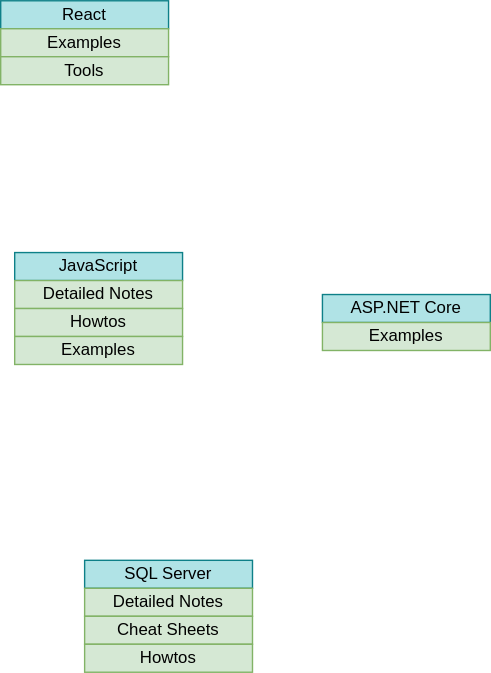
kennyrnwilson/kennyrnwilson.github.io keeps this draw.io diagram as Diagram.svg. Above is the earlier version. Source tidied: cells renumbered, new cells last; positions are measured from the earlier drawing's top-left corner, leaving out a move shared by most shapes.
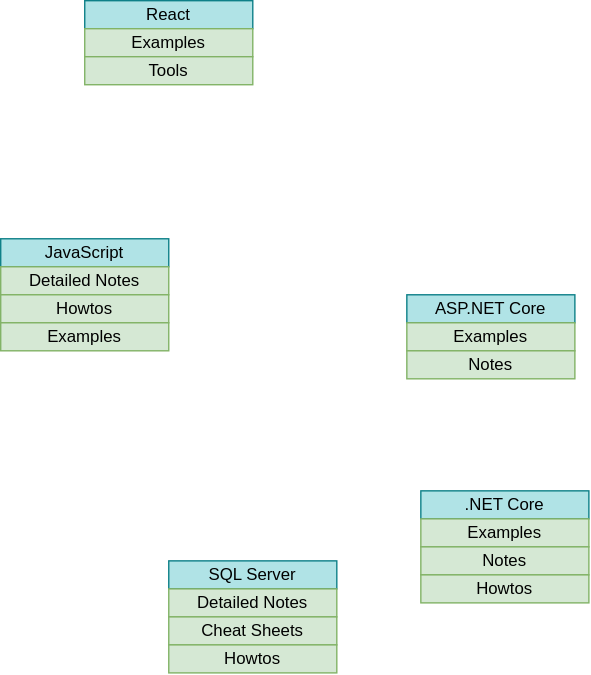
After the commit.

Commit message:
Added sections to diagram

What changed in the source:
```diff
@@ -17,23 +17,23 @@
     <mxCell id="6" value="&lt;a href=&quot;https://github.com/kennyrnwilson/aspdotnetcore&quot;&gt;ASP.NET Core&lt;/a&gt;" style="rounded=0;whiteSpace=wrap;html=1;fillColor=#b0e3e6;strokeColor=#0e8088;" parent="1" vertex="1">
       <mxGeometry x="230" y="210" width="120" height="20" as="geometry" />
     </mxCell>
-    <mxCell id="7" value="&lt;a href=&quot;https://github.com/kennyrnwilson/aspdotnetcore/blob/main/examples/README.MD&quot;&gt;Examples&lt;/a&gt;" style="rounded=0;whiteSpace=wrap;html=1;fillColor=#d5e8d4;strokeColor=#82b366;" parent="1" vertex="1">
+    <mxCell id="7" value="&lt;a href=&quot;https://github.com/kennyrnwilson/aspdotnetcore/blob/main/docs/examples/README.MD&quot;&gt;Examples&lt;/a&gt;" style="rounded=0;whiteSpace=wrap;html=1;fillColor=#d5e8d4;strokeColor=#82b366;" parent="1" vertex="1">
       <mxGeometry x="230" y="230" width="120" height="20" as="geometry" />
     </mxCell>
     <mxCell id="8" value="&lt;a href=&quot;https://github.com/kennyrnwilson/react&quot;&gt;React&lt;/a&gt;" style="rounded=0;whiteSpace=wrap;html=1;fillColor=#b0e3e6;strokeColor=#0e8088;" parent="1" vertex="1">
       <mxGeometry width="120" height="20" as="geometry" />
     </mxCell>
     <mxCell id="9" value="&lt;a href=&quot;https://github.com/kennyrnwilson/javascript&quot;&gt;JavaScript&lt;/a&gt;" style="rounded=0;whiteSpace=wrap;html=1;fillColor=#b0e3e6;strokeColor=#0e8088;" parent="1" vertex="1">
-      <mxGeometry x="10" y="180" width="120" height="20" as="geometry" />
+      <mxGeometry x="-60" y="170" width="120" height="20" as="geometry" />
     </mxCell>
     <mxCell id="10" value="&lt;a href=&quot;https://github.com/kennyrnwilson/javascript/blob/master/docs/notes/README.MD&quot;&gt;Detailed Notes&lt;/a&gt;" style="rounded=0;whiteSpace=wrap;html=1;fillColor=#d5e8d4;strokeColor=#82b366;" parent="1" vertex="1">
-      <mxGeometry x="10" y="200" width="120" height="20" as="geometry" />
+      <mxGeometry x="-60" y="190" width="120" height="20" as="geometry" />
     </mxCell>
     <mxCell id="11" value="&lt;a href=&quot;https://github.com/kennyrnwilson/javascript/blob/master/docs/howtos/README.MD&quot;&gt;Howtos&lt;/a&gt;" style="rounded=0;whiteSpace=wrap;html=1;fillColor=#d5e8d4;strokeColor=#82b366;" parent="1" vertex="1">
-      <mxGeometry x="10" y="220" width="120" height="20" as="geometry" />
+      <mxGeometry x="-60" y="210" width="120" height="20" as="geometry" />
     </mxCell>
     <mxCell id="12" value="&lt;a href=&quot;https://github.com/kennyrnwilson/javascript/blob/master/docs/examples/README.MD&quot;&gt;Examples&lt;/a&gt;" style="rounded=0;whiteSpace=wrap;html=1;fillColor=#d5e8d4;strokeColor=#82b366;" parent="1" vertex="1">
-      <mxGeometry x="10" y="240" width="120" height="20" as="geometry" />
+      <mxGeometry x="-60" y="230" width="120" height="20" as="geometry" />
     </mxCell>
     <mxCell id="13" value="&lt;a href=&quot;https://github.com/kennyrnwilson/react/blob/main/docs/examples/README.MD&quot;&gt;Examples&lt;/a&gt;" style="rounded=0;whiteSpace=wrap;html=1;fillColor=#d5e8d4;strokeColor=#82b366;" parent="1" vertex="1">
       <mxGeometry y="20" width="120" height="20" as="geometry" />
@@ -41,5 +41,20 @@
     <mxCell id="14" value="&lt;a href=&quot;https://github.com/kennyrnwilson/react/blob/main/docs/tools/README.MD&quot;&gt;Tools&lt;/a&gt;" style="rounded=0;whiteSpace=wrap;html=1;fillColor=#d5e8d4;strokeColor=#82b366;" parent="1" vertex="1">
       <mxGeometry y="40" width="120" height="20" as="geometry" />
     </mxCell>
+    <mxCell id="15" value="&lt;a href=&quot;https://github.com/kennyrnwilson/aspdotnetcore/blob/main/docs/notes/README.MD&quot;&gt;Notes&lt;/a&gt;" style="rounded=0;whiteSpace=wrap;html=1;fillColor=#d5e8d4;strokeColor=#82b366;" parent="1" vertex="1">
+      <mxGeometry x="230" y="250" width="120" height="20" as="geometry" />
+    </mxCell>
+    <mxCell id="16" value="&lt;a href=&quot;https://github.com/kennyrnwilson/dotnetcore&quot;&gt;.NET Core&lt;/a&gt;" style="rounded=0;whiteSpace=wrap;html=1;fillColor=#b0e3e6;strokeColor=#0e8088;" parent="1" vertex="1">
+      <mxGeometry x="240" y="350" width="120" height="20" as="geometry" />
+    </mxCell>
+    <mxCell id="17" value="&lt;a href=&quot;https://github.com/kennyrnwilson/dotnetcore/blob/master/docs/examples/README.MD&quot;&gt;Examples&lt;/a&gt;" style="rounded=0;whiteSpace=wrap;html=1;fillColor=#d5e8d4;strokeColor=#82b366;" parent="1" vertex="1">
+      <mxGeometry x="240" y="370" width="120" height="20" as="geometry" />
+    </mxCell>
+    <mxCell id="18" value="&lt;a href=&quot;https://github.com/kennyrnwilson/dotnetcore/blob/master/docs/notes/README.MD&quot;&gt;Notes&lt;/a&gt;" style="rounded=0;whiteSpace=wrap;html=1;fillColor=#d5e8d4;strokeColor=#82b366;" parent="1" vertex="1">
+      <mxGeometry x="240" y="390" width="120" height="20" as="geometry" />
+    </mxCell>
+    <mxCell id="19" value="&lt;a href=&quot;https://github.com/kennyrnwilson/dotnetcore/blob/master/docs/howtos/README.MD&quot;&gt;Howtos&lt;/a&gt;" style="rounded=0;whiteSpace=wrap;html=1;fillColor=#d5e8d4;strokeColor=#82b366;" parent="1" vertex="1">
+      <mxGeometry x="240" y="410" width="120" height="20" as="geometry" />
+    </mxCell>
   </root>
 </mxGraphModel>
```
